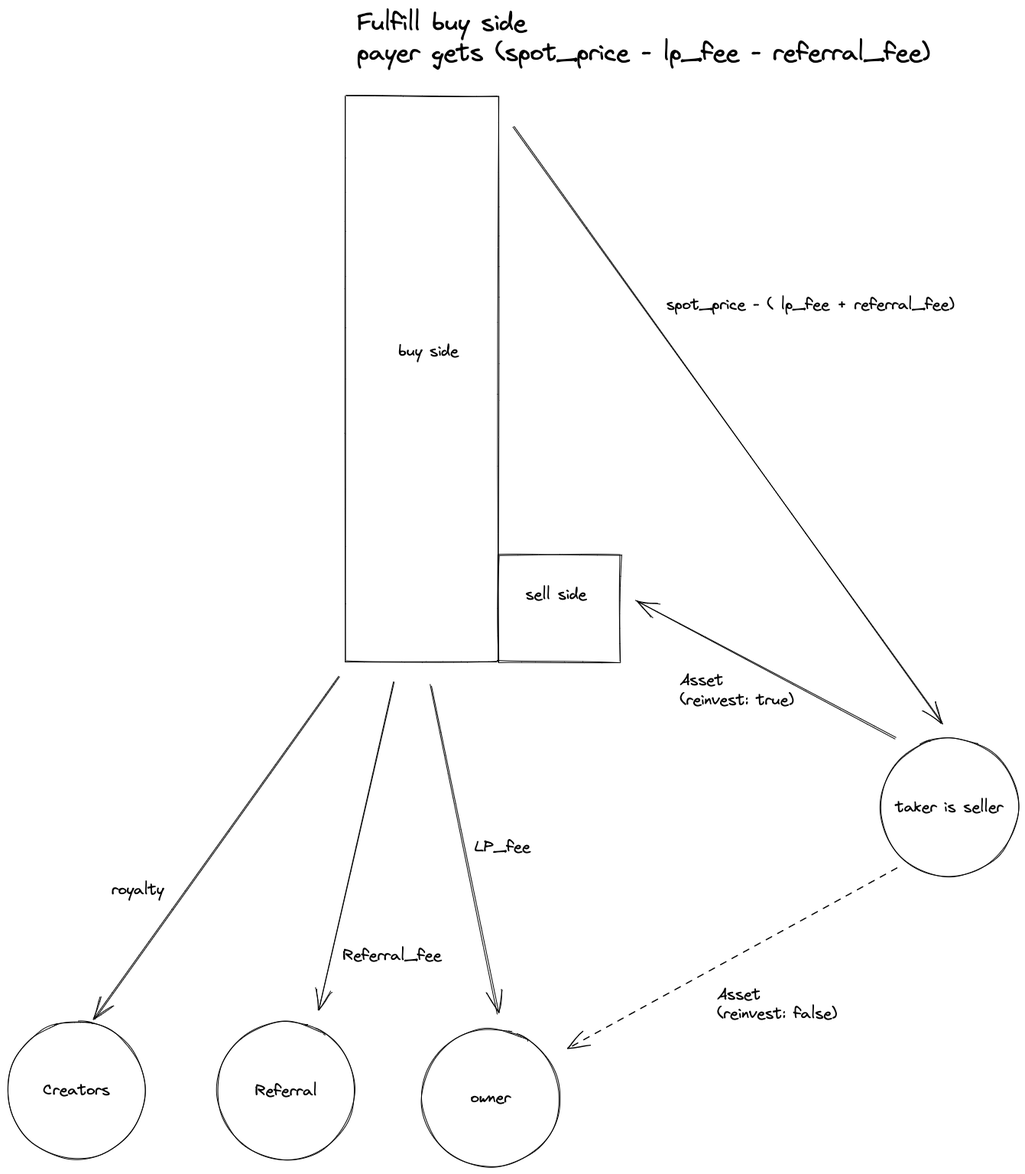
The Excalidraw diagram docs/fulfill_buy.excalidraw.png in me-foundation/mmm, before a commit. Source tidied: one line per element, renumbered; positions are measured from the earlier drawing's top-left corner, leaving out a move shared by most shapes.
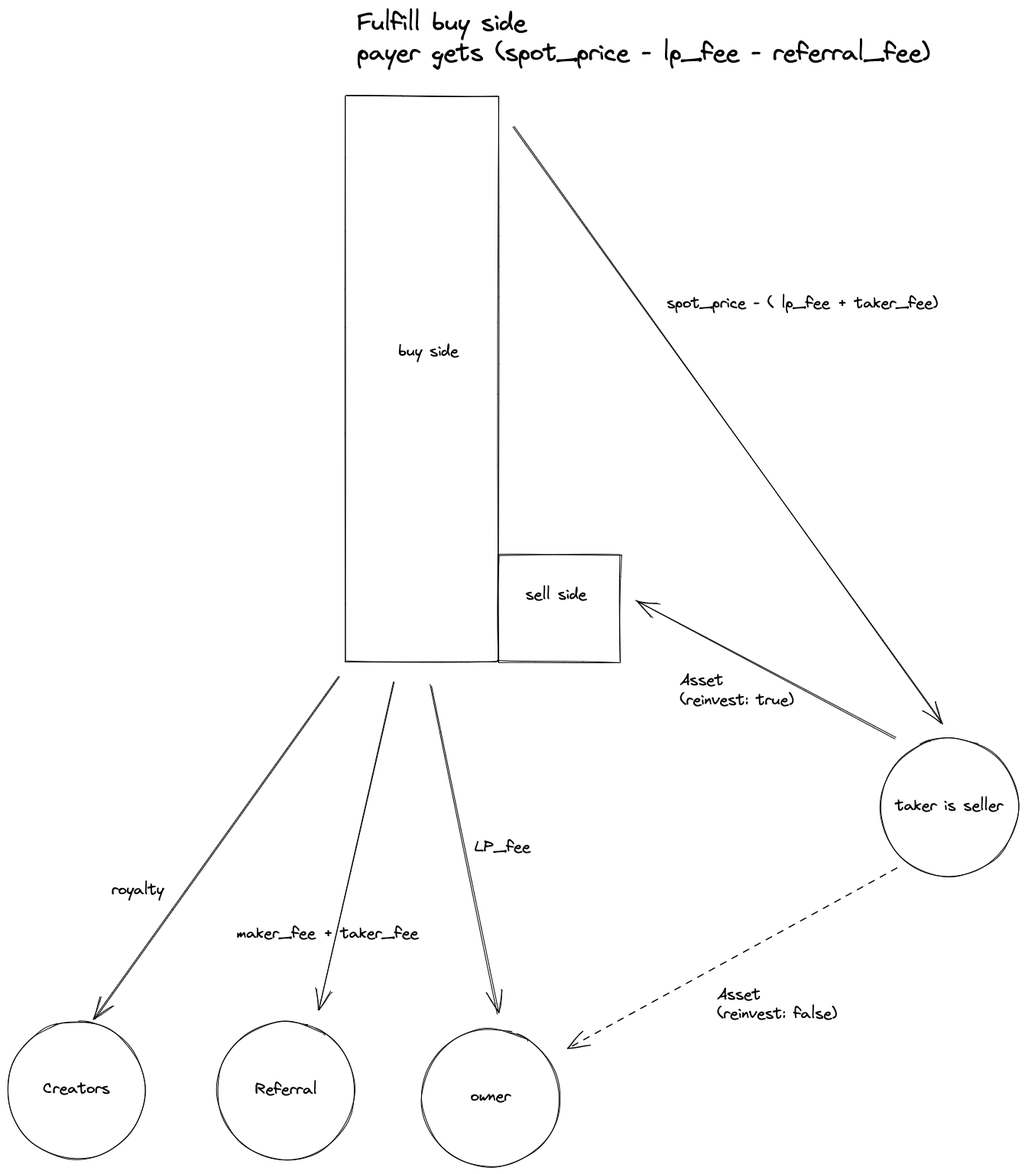
The same diagram one commit later.

Diff of the diagram source:
```diff
@@ -7,7 +7,7 @@
 {"id": 6, "type": "ellipse", "strokeColor": "#000000", "strokeWidth": 1, "roughness": 1, "x": 1142, "y": 956, "width": 180, "height": 180}
 {"id": 7, "type": "text", "text": "taker is seller", "strokeColor": "#000000", "strokeWidth": 1, "roughness": 1, "fontSize": 20, "fontFamily": 1, "textAlign": "center", "verticalAlign": "middle", "inside": 6, "x": 1147, "y": 1033, "width": 170, "height": 25}
 {"id": 8, "type": "arrow", "strokeColor": "#000000", "strokeWidth": 1, "roughness": 1, "endArrowhead": "arrow", "from": 0, "to": 6, "x": 662, "y": 156, "width": 560, "height": 780, "points": [[0, 0], [560, 780]]}
-{"id": 9, "type": "text", "text": "spot_price - ( lp_fee + referral_fee)", "strokeColor": "#000000", "strokeWidth": 1, "roughness": 1, "fontSize": 20, "fontFamily": 1, "x": 862, "y": 376, "width": 379, "height": 25}
+{"id": 9, "type": "text", "text": "spot_price - ( lp_fee + taker_fee)", "strokeColor": "#000000", "strokeWidth": 1, "roughness": 1, "fontSize": 20, "fontFamily": 1, "x": 862, "y": 374, "width": 356, "height": 25}
 {"id": 10, "type": "arrow", "strokeColor": "#000000", "strokeWidth": 1, "roughness": 1, "endArrowhead": "arrow", "from": 6, "to": 1, "x": 1162, "y": 956, "width": 340, "height": 180, "points": [[0, 0], [-340, -180]]}
 {"id": 11, "type": "text", "text": "Asset\n(reinvest: true)", "strokeColor": "#000000", "strokeWidth": 1, "roughness": 1, "fontSize": 20, "fontFamily": 1, "x": 879, "y": 868, "width": 150, "height": 51}
 {"id": 12, "type": "arrow", "strokeColor": "#000000", "strokeWidth": 1, "roughness": 1, "endArrowhead": "arrow", "from": 0, "to": 4, "x": 553, "y": 885, "width": 88, "height": 430, "points": [[0, 0], [88, 430]]}
@@ -15,7 +15,7 @@
 {"id": 14, "type": "ellipse", "strokeColor": "#000000", "strokeWidth": 1, "roughness": 1, "x": 274, "y": 1326, "width": 180, "height": 180}
 {"id": 15, "type": "text", "text": "Referral", "strokeColor": "#000000", "strokeWidth": 1, "roughness": 1, "fontSize": 20, "fontFamily": 1, "textAlign": "center", "verticalAlign": "middle", "inside": 14, "x": 323, "y": 1404, "width": 83, "height": 25}
 {"id": 16, "type": "arrow", "strokeColor": "#000000", "strokeWidth": 1, "roughness": 1, "endArrowhead": "arrow", "from": 0, "to": 14, "x": 505, "y": 881, "width": 98, "height": 430, "points": [[0, 0], [-98, 430]]}
-{"id": 17, "type": "text", "text": "Referral_fee", "strokeColor": "#000000", "strokeWidth": 1, "roughness": 1, "fontSize": 20, "fontFamily": 1, "x": 439, "y": 1227, "width": 131, "height": 25}
+{"id": 17, "type": "text", "text": "maker_fee + taker_fee", "strokeColor": "#000000", "strokeWidth": 1, "roughness": 1, "fontSize": 20, "fontFamily": 1, "x": 300, "y": 1198, "width": 240, "height": 25}
 {"id": 18, "type": "arrow", "strokeColor": "#000000", "strokeWidth": 1, "strokeStyle": "dashed", "roughness": 1, "endArrowhead": "arrow", "from": 6, "to": 4, "x": 1162, "y": 1124, "width": 431, "height": 239, "points": [[0, 0], [-431, 239]]}
 {"id": 19, "type": "text", "text": "Asset\n(reinvest: false)", "strokeColor": "#000000", "strokeWidth": 1, "roughness": 1, "fontSize": 20, "fontFamily": 1, "x": 928, "y": 1278, "width": 158, "height": 51}
 {"id": 20, "type": "text", "text": "Fulfill buy side\npayer gets (spot_price - lp_fee - referral_fee)", "strokeColor": "#000000", "strokeWidth": 1, "strokeStyle": "dashed", "roughness": 1, "fontSize": 31.4, "fontFamily": 1, "x": 457, "y": 0, "width": 751, "height": 79}
```
